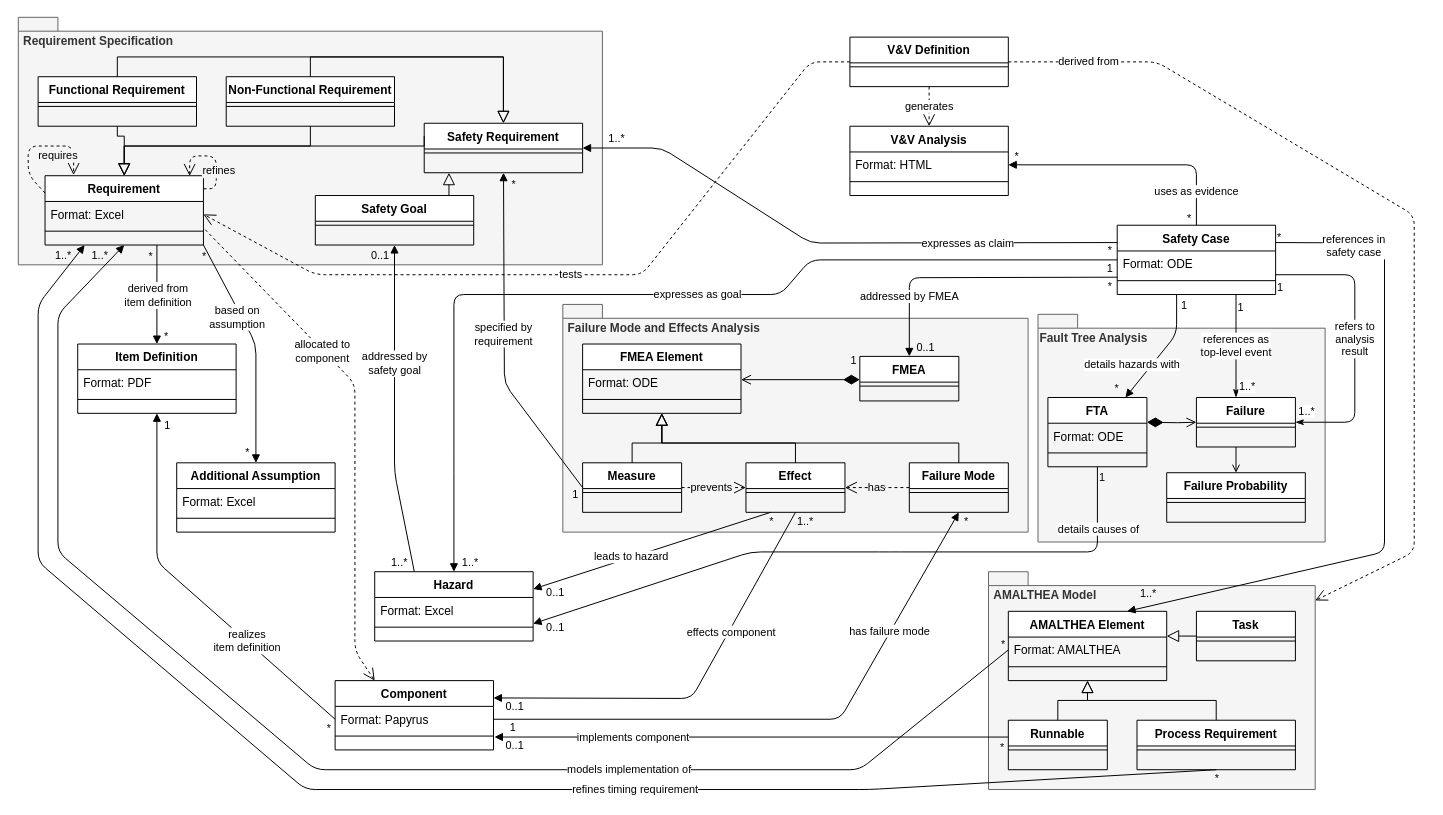
panorama-research/mobstr-dataset keeps this draw.io diagram as org.panorama-research.mobstr.artifacts/mobstr-tim.drawio. Above is the earlier version. Source tidied: cells renumbered, new cells numbered last; positions are measured from the earlier drawing's top-left corner, leaving out a move shared by most shapes. Both pictures are drawn from the tidied source at 99%, with x=0, y=0 at pixel (18, -389).
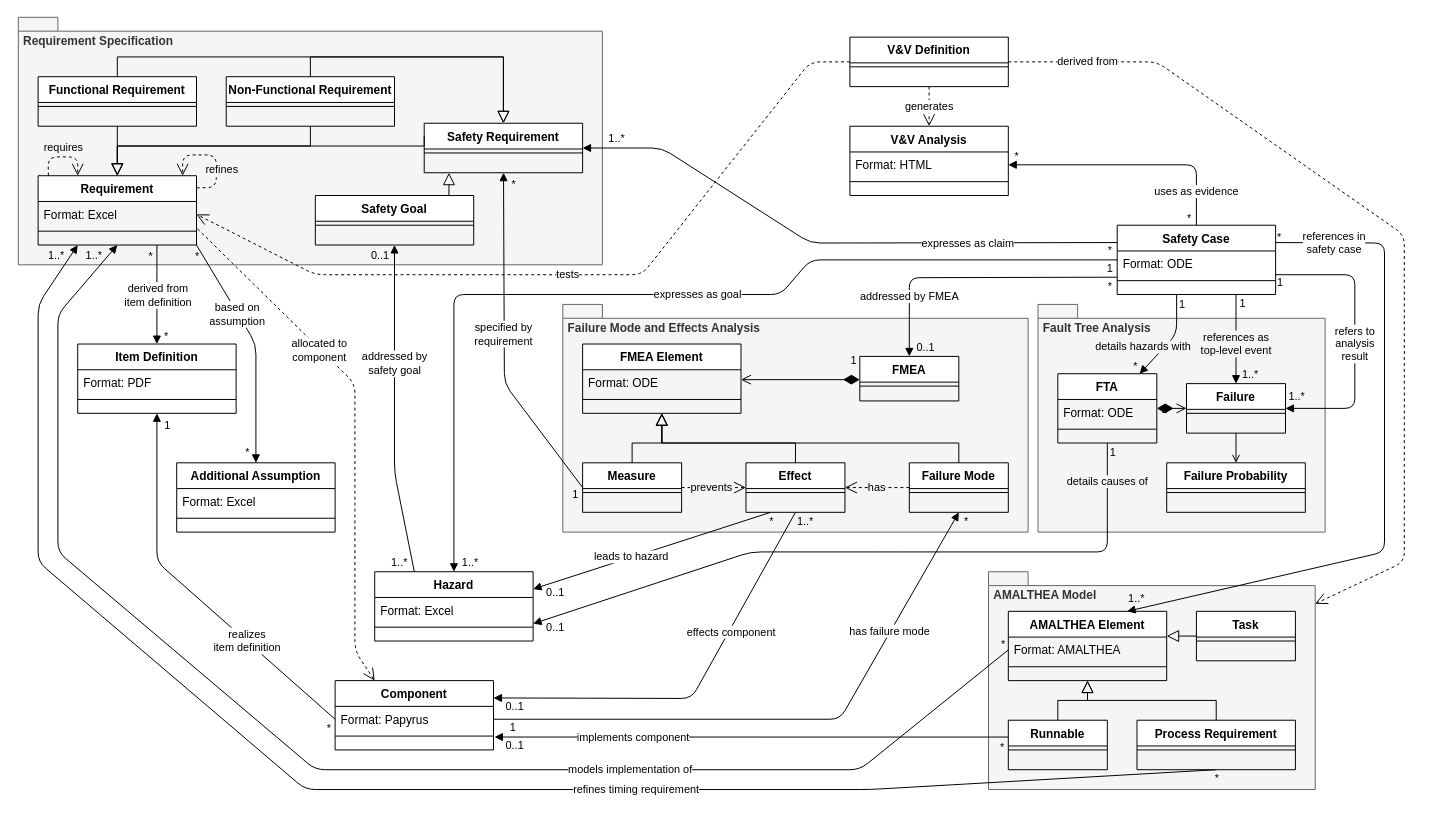
The same page after the edit.

Unchanged cells that the change refers to:
```xml
<mxCell id="17" value="Hazard" style="swimlane;fontStyle=1;align=center;verticalAlign=top;horizontal=1;startSize=26;rounded=0;shadow=0;strokeWidth=1;" parent="1" vertex="1">
  <mxGeometry x="360" y="970" width="160" height="70" as="geometry" />
</mxCell>
<mxCell id="66" value="Format: ODE" style="text;align=left;verticalAlign=top;spacingLeft=4;spacingRight=4;overflow=hidden;points=[[0,0.5],[1,0.5]];portConstraint=eastwest;rounded=0;shadow=0;html=0;" parent="65" vertex="1">
  <mxGeometry y="26" width="100" height="26" as="geometry" />
</mxCell>
<mxCell id="71" value="&amp;nbsp;AMALTHEA Model" style="shape=folder;fontStyle=1;spacingTop=10;tabWidth=40;tabHeight=14;tabPosition=left;html=1;align=left;verticalAlign=top;fillColor=#f5f5f5;strokeColor=#666666;fontColor=#333333;" parent="1" vertex="1">
  <mxGeometry x="980" y="970" width="330" height="220" as="geometry" />
</mxCell>
<mxCell id="72" value="AMALTHEA Element" style="swimlane;fontStyle=1;align=center;verticalAlign=top;horizontal=1;startSize=26;rounded=0;shadow=0;strokeWidth=1;" parent="1" vertex="1">
  <mxGeometry x="1000" y="1010" width="160" height="70" as="geometry" />
</mxCell>
<mxCell id="87" value="Safety Case" style="swimlane;fontStyle=1;align=center;verticalAlign=top;horizontal=1;startSize=26;rounded=0;shadow=0;strokeWidth=1;" parent="1" vertex="1">
  <mxGeometry x="1110" y="620" width="160" height="70" as="geometry" />
</mxCell>
<mxCell id="111" value="V&amp;V Definition" style="swimlane;fontStyle=1;align=center;verticalAlign=top;horizontal=1;startSize=26;rounded=0;shadow=0;strokeWidth=1;" parent="1" vertex="1">
  <mxGeometry x="840" y="430" width="160" height="50" as="geometry" />
</mxCell>
```

What changed in the source:
```diff
@@
-    <mxCell id="2" value="Fault Tree Analysis" style="shape=folder;fontStyle=1;spacingTop=10;tabWidth=40;tabHeight=14;tabPosition=left;html=1;align=left;verticalAlign=top;fillColor=#f5f5f5;strokeColor=#666666;fontColor=#333333;labelBackgroundColor=#F5F5F5;" parent="1" vertex="1">
-      <mxGeometry x="1030" y="710" width="290" height="230" as="geometry" />
+    <mxCell id="2" value="&amp;nbsp;Fault Tree Analysis" style="shape=folder;fontStyle=1;spacingTop=10;tabWidth=40;tabHeight=14;tabPosition=left;html=1;align=left;verticalAlign=top;fillColor=#f5f5f5;strokeColor=#666666;fontColor=#333333;labelBackgroundColor=#F5F5F5;" parent="1" vertex="1">
+      <mxGeometry x="1030" y="700" width="290" height="230" as="geometry" />
     </mxCell>
@@
     <mxCell id="5" value="Requirement" style="swimlane;fontStyle=1;align=center;verticalAlign=top;horizontal=1;startSize=26;rounded=0;shadow=0;strokeWidth=1;" parent="1" vertex="1">
-      <mxGeometry x="27" y="570" width="160" height="70" as="geometry" />
+      <mxGeometry x="20" y="570" width="160" height="70" as="geometry" />
     </mxCell>
@@
     <mxCell id="65" value="FTA" style="swimlane;fontStyle=1;align=center;verticalAlign=top;horizontal=1;startSize=26;rounded=0;shadow=0;strokeWidth=1;" parent="1" vertex="1">
-      <mxGeometry x="1040" y="794" width="100" height="70" as="geometry" />
+      <mxGeometry x="1050" y="770" width="100" height="70" as="geometry" />
     </mxCell>
@@
-    <mxCell id="68" value="details causes of" style="endArrow=block;html=1;exitX=0.5;exitY=1;exitDx=0;exitDy=0;entryX=1;entryY=0.75;entryDx=0;entryDy=0;endFill=1;" parent="1" edge="1" source="65" target="17">
-      <mxGeometry x="-0.81" y="1" relative="1" as="geometry">
+    <mxCell id="68" value="details causes of" style="endArrow=block;html=1;exitX=0.5;exitY=1;exitDx=0;exitDy=0;entryX=1;entryY=0.75;entryDx=0;entryDy=0;endFill=1;labelBackgroundColor=#F5F5F5;" parent="1" edge="1" source="65" target="17">
+      <mxGeometry x="-0.89" relative="1" as="geometry">
         <Array as="points">
-          <mxPoint x="1090" y="950" />
+          <mxPoint x="1100" y="950" />
           <mxPoint x="880" y="950" />
           <mxPoint x="740" y="950" />
         </Array>
       </mxGeometry>
     </mxCell>
     <mxCell id="69" value="1" style="edgeLabel;html=1;align=left;verticalAlign=bottom;labelBackgroundColor=none;" parent="68" vertex="1">
       <mxGeometry x="-1" relative="1" as="geometry">
-        <mxPoint x="-0.2" y="19" as="offset" />
+        <mxPoint x="0.8" y="18" as="offset" />
       </mxGeometry>
     </mxCell>
@@
     <mxCell id="90" value="references in&lt;br&gt;safety case" style="endArrow=block;html=1;entryX=0.75;entryY=0;entryDx=0;entryDy=0;endFill=1;exitX=1;exitY=0.25;exitDx=0;exitDy=0;" parent="1" edge="1" source="87" target="72">
-      <mxGeometry x="-0.77" y="-3" relative="1" as="geometry">
+      <mxGeometry x="-0.83" relative="1" as="geometry">
         <Array as="points">
           <mxPoint x="1380" y="638" />
           <mxPoint x="1380" y="950" />
         </Array>
       </mxGeometry>
     </mxCell>
@@
     <mxCell id="92" value="1..*" style="edgeLabel;html=1;align=right;verticalAlign=bottom;labelBackgroundColor=none;" parent="90" vertex="1">
       <mxGeometry x="1" relative="1" as="geometry">
-        <mxPoint x="30.3" y="-10.1" as="offset" />
+        <mxPoint x="18.3" y="-5.1" as="offset" />
       </mxGeometry>
     </mxCell>
-    <mxCell id="93" value="details hazards with" style="endArrow=block;html=1;endFill=1;" parent="1" edge="1" target="65">
+    <mxCell id="93" value="details hazards with" style="endArrow=block;html=1;endFill=1;labelBackgroundColor=#F5F5F5;" parent="1" edge="1" target="65">
       <mxGeometry x="0.51" y="-15" relative="1" as="geometry">
         <mxPoint x="1170" y="690" as="sourcePoint" />
         <Array as="points">
           <mxPoint x="1170" y="730" />
         </Array>
         <mxPoint x="-1" as="offset" />
       </mxGeometry>
     </mxCell>
     <mxCell id="94" value="1" style="edgeLabel;html=1;align=left;verticalAlign=bottom;labelBackgroundColor=none;" parent="93" vertex="1">
       <mxGeometry x="-1" relative="1" as="geometry">
-        <mxPoint x="2.8" y="19" as="offset" />
+        <mxPoint x="0.8" y="18" as="offset" />
       </mxGeometry>
     </mxCell>
     <mxCell id="95" value="*&lt;br&gt;" style="edgeLabel;html=1;align=right;verticalAlign=bottom;labelBackgroundColor=none;" parent="93" vertex="1">
       <mxGeometry x="1" relative="1" as="geometry">
-        <mxPoint x="-6" y="-1" as="offset" />
+        <mxPoint x="-1" y="1" as="offset" />
       </mxGeometry>
     </mxCell>
@@
     <mxCell id="114" value="derived from" style="endArrow=open;endSize=10;dashed=1;html=1;exitX=1;exitY=0.5;exitDx=0;exitDy=0;" parent="1" edge="1" source="111" target="71">
       <mxGeometry x="-0.82" relative="1" as="geometry">
         <Array as="points">
           <mxPoint x="1150" y="455" />
-          <mxPoint x="1410" y="610" />
-          <mxPoint x="1410" y="950" />
+          <mxPoint x="1400" y="630" />
+          <mxPoint x="1400" y="960" />
         </Array>
       </mxGeometry>
     </mxCell>
@@
-    <mxCell id="135" style="endArrow=open;html=1;entryX=0.913;entryY=0.003;entryDx=0;entryDy=0;entryPerimeter=0;exitX=1.001;exitY=0.189;exitDx=0;exitDy=0;dashed=1;endSize=10;startSize=10;endFill=0;labelBackgroundColor=#F5F5F5;exitPerimeter=0;" parent="1" edge="1" source="5" target="5">
+    <mxCell id="135" style="endArrow=open;html=1;exitX=1.001;exitY=0.189;exitDx=0;exitDy=0;dashed=1;endSize=10;startSize=10;endFill=0;labelBackgroundColor=#F5F5F5;exitPerimeter=0;rounded=1;" parent="1" edge="1">
       <mxGeometry x="-0.41" y="-10" relative="1" as="geometry">
+        <mxPoint x="180.2" y="582.2" as="sourcePoint" />
+        <mxPoint x="166" y="570" as="targetPoint" />
         <Array as="points">
-          <mxPoint x="200" y="583" />
-          <mxPoint x="200" y="550" />
-          <mxPoint x="173" y="550" />
+          <mxPoint x="200" y="582" />
+          <mxPoint x="200" y="549" />
+          <mxPoint x="166" y="549" />
         </Array>
       </mxGeometry>
     </mxCell>
     <mxCell id="136" value="&lt;font style=&quot;font-size: 11px&quot;&gt;refines&lt;/font&gt;" style="text;html=1;strokeColor=none;fillColor=none;align=center;verticalAlign=middle;whiteSpace=wrap;rounded=0;labelBackgroundColor=#F5F5F5;" parent="1" vertex="1">
-      <mxGeometry x="183" y="555" width="40" height="20" as="geometry" />
+      <mxGeometry x="186" y="554" width="40" height="20" as="geometry" />
     </mxCell>
-    <mxCell id="137" style="edgeStyle=orthogonalEdgeStyle;rounded=0;jettySize=auto;html=1;startArrow=diamondThin;startFill=1;endArrow=open;endFill=0;strokeWidth=1;endSize=8;startSize=14;" parent="1" edge="1" target="139">
-      <mxGeometry relative="1" as="geometry">
-        <mxPoint x="1140" y="819" as="sourcePoint" />
-      </mxGeometry>
-    </mxCell>
-    <mxCell id="138" style="edgeStyle=orthogonalEdgeStyle;rounded=0;jettySize=auto;html=1;startArrow=none;startFill=0;endArrow=open;endFill=0;" parent="1" edge="1" source="139" target="141">
+    <mxCell id="138" style="edgeStyle=orthogonalEdgeStyle;rounded=0;jettySize=auto;html=1;startArrow=none;startFill=0;endArrow=open;endFill=0;endSize=6;" parent="1" edge="1" source="139" target="141">
       <mxGeometry relative="1" as="geometry">
         <Array as="points">
           <mxPoint x="1230" y="850" />
           <mxPoint x="1230" y="850" />
         </Array>
       </mxGeometry>
     </mxCell>
     <mxCell id="139" value="Failure" style="swimlane;fontStyle=1;align=center;verticalAlign=top;horizontal=1;startSize=26;rounded=0;shadow=0;strokeWidth=1;" parent="1" vertex="1">
-      <mxGeometry x="1190" y="794" width="100" height="50" as="geometry" />
+      <mxGeometry x="1180" y="780" width="100" height="50" as="geometry" />
     </mxCell>
@@
     <mxCell id="141" value="Failure Probability" style="swimlane;fontStyle=1;align=center;verticalAlign=top;horizontal=1;startSize=26;rounded=0;shadow=0;strokeWidth=1;" parent="1" vertex="1">
-      <mxGeometry x="1160" y="870" width="140" height="50" as="geometry" />
+      <mxGeometry x="1160" y="860" width="140" height="50" as="geometry" />
     </mxCell>
@@
-    <mxCell id="143" value="requires" style="endArrow=open;html=1;entryX=0.18;entryY=-0.01;entryDx=0;entryDy=0;entryPerimeter=0;dashed=1;endSize=10;startSize=10;endFill=0;labelBackgroundColor=#F5F5F5;exitX=0;exitY=0.25;exitDx=0;exitDy=0;" parent="1" edge="1" source="5" target="5">
-      <mxGeometry x="0.3" y="-10" relative="1" as="geometry">
+    <mxCell id="143" style="endArrow=open;html=1;dashed=1;endSize=10;startSize=10;endFill=0;labelBackgroundColor=#F5F5F5;exitX=0.065;exitY=-0.003;exitDx=0;exitDy=0;entryX=0.25;entryY=0;entryDx=0;entryDy=0;exitPerimeter=0;" parent="1" edge="1" source="5" target="5">
+      <mxGeometry x="0.39" relative="1" as="geometry">
         <Array as="points">
-          <mxPoint x="10" y="569" />
-          <mxPoint x="10" y="540" />
-          <mxPoint x="56" y="540" />
+          <mxPoint x="30" y="551" />
+          <mxPoint x="60" y="551" />
         </Array>
       </mxGeometry>
     </mxCell>
-    <mxCell id="144" value="references as&lt;br&gt;top-level event" style="endArrow=classicThin;html=1;endSize=6;startArrow=none;startSize=6;startFill=0;edgeStyle=orthogonalEdgeStyle;strokeWidth=1;endFill=1;exitX=0.75;exitY=1;exitDx=0;exitDy=0;" parent="1" edge="1" source="87">
-      <mxGeometry relative="1" as="geometry">
-        <mxPoint x="1230" y="794" as="targetPoint" />
-        <Array as="points">
-          <mxPoint x="1230" y="794" />
-        </Array>
+    <mxCell id="144" value="references as&lt;br&gt;top-level event" style="endArrow=block;html=1;endSize=6;startArrow=none;startSize=6;startFill=0;strokeWidth=1;endFill=1;labelBackgroundColor=#F5F5F5;entryX=0.5;entryY=0;entryDx=0;entryDy=0;" parent="1" edge="1" target="139">
+      <mxGeometry x="0.12" relative="1" as="geometry">
+        <mxPoint x="1230" y="690" as="sourcePoint" />
       </mxGeometry>
     </mxCell>
     <mxCell id="145" value="1" style="edgeLabel;html=1;align=left;verticalAlign=top;" parent="144" vertex="1">
-      <mxGeometry x="-1" relative="1" as="geometry" />
+      <mxGeometry x="-1" relative="1" as="geometry">
+        <mxPoint x="2" y="-4" as="offset" />
+      </mxGeometry>
     </mxCell>
-    <mxCell id="146" value="1..*" style="edgeLabel;html=1;align=right;verticalAlign=top;" parent="144" vertex="1">
+    <mxCell id="146" value="1..*" style="edgeLabel;html=1;align=right;verticalAlign=top;labelBackgroundColor=#F5F5F5;" parent="144" vertex="1">
       <mxGeometry x="1" relative="1" as="geometry">
-        <mxPoint x="20" y="-23.8" as="offset" />
+        <mxPoint x="23" y="-22.2" as="offset" />
       </mxGeometry>
     </mxCell>
-    <mxCell id="147" value="refers to&lt;br&gt;analysis&lt;br&gt;result" style="endArrow=classicThin;html=1;endSize=6;startArrow=none;startSize=6;startFill=0;edgeStyle=orthogonalEdgeStyle;strokeWidth=1;endFill=1;entryX=1;entryY=0.5;entryDx=0;entryDy=0;" parent="1" edge="1" target="139">
-      <mxGeometry relative="1" as="geometry">
+    <mxCell id="147" value="refers to&lt;br&gt;analysis&lt;br&gt;result" style="endArrow=block;html=1;endSize=6;startArrow=none;startSize=6;startFill=0;edgeStyle=orthogonalEdgeStyle;strokeWidth=1;endFill=1;entryX=1;entryY=0.5;entryDx=0;entryDy=0;" parent="1" edge="1" target="139">
+      <mxGeometry x="0.05" relative="1" as="geometry">
         <mxPoint x="1270" y="670" as="sourcePoint" />
         <Array as="points">
-          <mxPoint x="1270" y="670" />
           <mxPoint x="1350" y="670" />
-          <mxPoint x="1350" y="819" />
+          <mxPoint x="1350" y="805" />
         </Array>
       </mxGeometry>
     </mxCell>
     <mxCell id="148" value="1" style="edgeLabel;html=1;align=left;verticalAlign=top;" parent="147" vertex="1">
-      <mxGeometry x="-1" relative="1" as="geometry" />
+      <mxGeometry x="-1" relative="1" as="geometry">
+        <mxPoint y="-5" as="offset" />
+      </mxGeometry>
     </mxCell>
-    <mxCell id="149" value="1..*" style="edgeLabel;html=1;align=right;verticalAlign=top;" parent="147" vertex="1">
+    <mxCell id="149" value="1..*" style="edgeLabel;html=1;align=right;verticalAlign=top;labelBackgroundColor=#F5F5F5;" parent="147" vertex="1">
       <mxGeometry x="1" relative="1" as="geometry">
-        <mxPoint x="20" y="-23.8" as="offset" />
+        <mxPoint x="20" y="-24.8" as="offset" />
       </mxGeometry>
     </mxCell>
+    <mxCell id="150" value="1" style="endArrow=open;html=1;endSize=8;startArrow=diamondThin;startSize=14;startFill=1;edgeStyle=orthogonalEdgeStyle;align=left;verticalAlign=bottom;rounded=0;labelBackgroundColor=none;exitX=1;exitY=0.346;exitDx=0;exitDy=0;entryX=0;entryY=0.5;entryDx=0;entryDy=0;exitPerimeter=0;" parent="1" edge="1" source="66" target="139">
+      <mxGeometry x="-0.81" y="-10" relative="1" as="geometry" />
+    </mxCell>
+    <mxCell id="151" value="&lt;font style=&quot;font-size: 11px&quot;&gt;requires&lt;/font&gt;" style="text;html=1;strokeColor=none;fillColor=none;align=center;verticalAlign=middle;whiteSpace=wrap;rounded=0;labelBackgroundColor=#F5F5F5;" parent="1" vertex="1">
+      <mxGeometry x="26" y="532" width="40" height="20" as="geometry" />
+    </mxCell>
```
